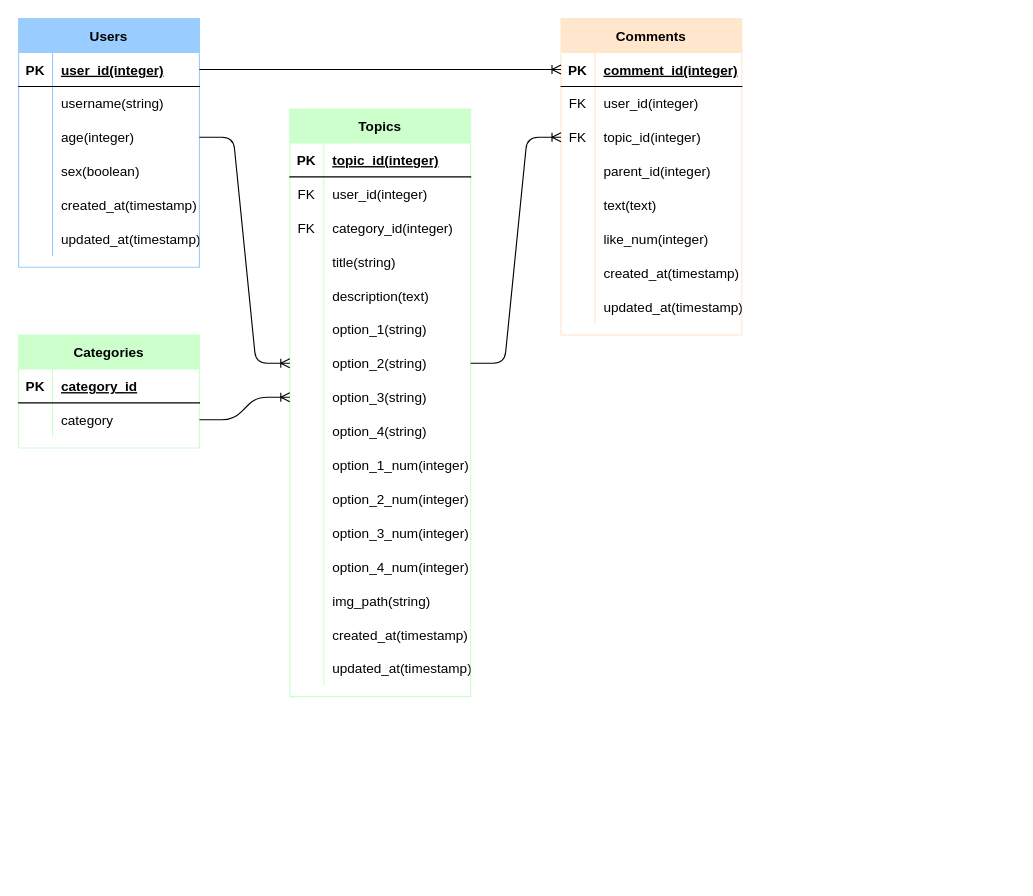
KamiHitoe/democratic-voting keeps this draw.io diagram as design/backend/ERD.drawio. Above is the earlier version. Source tidied: cells renumbered, new cells numbered last; positions are measured from the earlier drawing's top-left corner, leaving out a move shared by most shapes. Both pictures are drawn from the tidied source at 113%, with x=0, y=0 at pixel (18, 18).
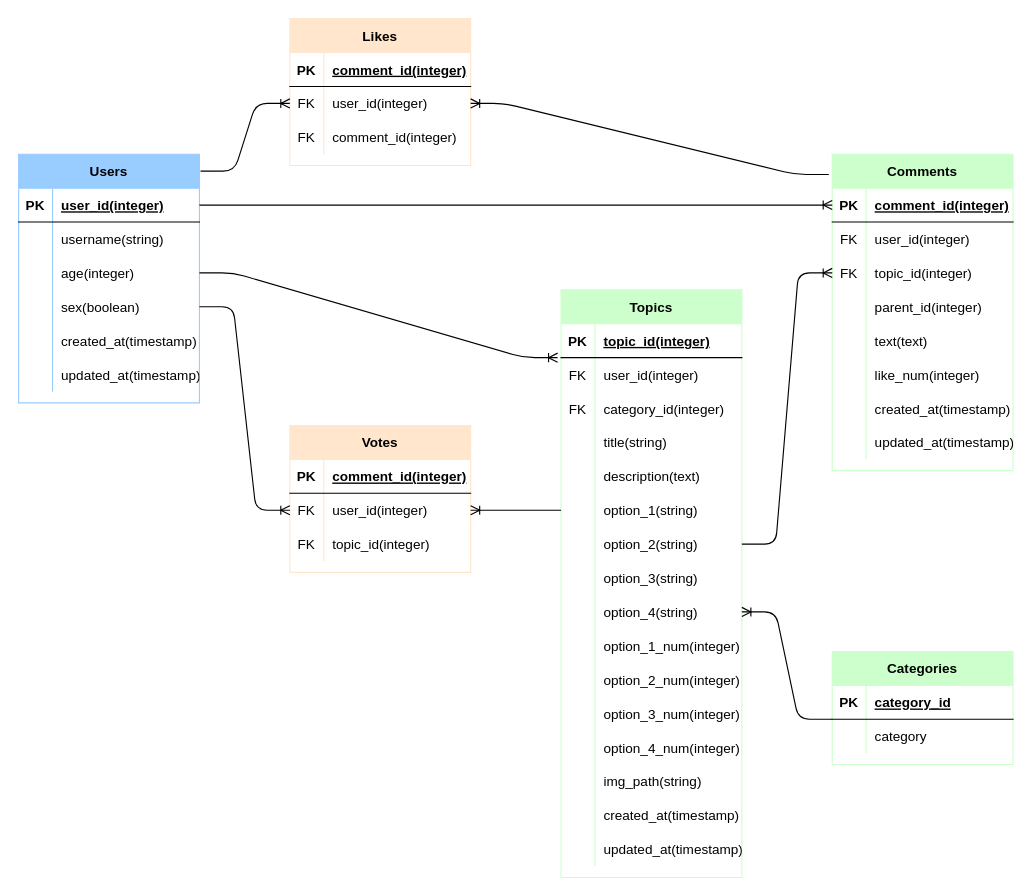
The same diagram, later.

Commit message (it also covers changes not shown here):
close #22 add increment option_num into Topic

Unchanged cells that the change refers to:
```xml
<mxCell id="9" style="shape=partialRectangle;fillColor=none;top=0;left=0;bottom=0;right=0;points=[[0,0.5],[1,0.5]];portConstraint=eastwest;" parent="2" vertex="1">
  <mxGeometry y="90" width="160" height="30" as="geometry" />
</mxCell>
<mxCell id="12" style="shape=partialRectangle;fillColor=none;top=0;left=0;bottom=0;right=0;points=[[0,0.5],[1,0.5]];portConstraint=eastwest;" parent="2" vertex="1">
  <mxGeometry y="120" width="160" height="30" as="geometry" />
</mxCell>
<mxCell id="25" style="shape=partialRectangle;fillColor=none;top=0;left=0;bottom=0;right=0;points=[[0,0.5],[1,0.5]];portConstraint=eastwest;" parent="21" vertex="1">
  <mxGeometry y="60" width="160" height="30" as="geometry" />
</mxCell>
<mxCell id="37" style="shape=partialRectangle;fillColor=none;top=0;left=0;bottom=0;right=0;points=[[0,0.5],[1,0.5]];portConstraint=eastwest;" parent="21" vertex="1">
  <mxGeometry y="180" width="160" height="30" as="geometry" />
</mxCell>
<mxCell id="40" style="shape=partialRectangle;fillColor=none;top=0;left=0;bottom=0;right=0;points=[[0,0.5],[1,0.5]];portConstraint=eastwest;" parent="21" vertex="1">
  <mxGeometry y="210" width="160" height="30" as="geometry" />
</mxCell>
<mxCell id="43" style="shape=partialRectangle;fillColor=none;top=0;left=0;bottom=0;right=0;points=[[0,0.5],[1,0.5]];portConstraint=eastwest;" parent="21" vertex="1">
  <mxGeometry y="240" width="160" height="30" as="geometry" />
</mxCell>
<mxCell id="46" style="shape=partialRectangle;fillColor=none;top=0;left=0;bottom=0;right=0;points=[[0,0.5],[1,0.5]];portConstraint=eastwest;" parent="21" vertex="1">
  <mxGeometry y="270" width="160" height="30" as="geometry" />
</mxCell>
<mxCell id="99" style="shape=partialRectangle;fillColor=none;top=0;left=0;bottom=0;right=0;points=[[0,0.5],[1,0.5]];portConstraint=eastwest;" parent="95" vertex="1">
  <mxGeometry y="60" width="160" height="30" as="geometry" />
</mxCell>
```

What changed in the source:
```diff
@@
     <mxCell id="2" value="Users" style="shape=table;startSize=30;childLayout=tableLayout;rowLines=0;fontStyle=1;align=center;strokeColor=#99CCFF;fillColor=#99CCFF;fontColor=#000000;" parent="1" vertex="1">
-      <mxGeometry width="160" height="220" as="geometry" />
+      <mxGeometry y="120" width="160" height="220" as="geometry" />
     </mxCell>
@@
     <mxCell id="21" value="Topics" style="shape=table;startSize=30;childLayout=tableLayout;rowLines=0;fontStyle=1;align=center;fontColor=#000000;fillColor=#CCFFCC;strokeColor=#CCFFCC;" parent="1" vertex="1">
-      <mxGeometry x="240" y="80" width="160" height="520" as="geometry" />
+      <mxGeometry x="480" y="240" width="160" height="520" as="geometry" />
     </mxCell>
@@
-    <mxCell id="70" value="Comments" style="shape=table;startSize=30;childLayout=tableLayout;rowLines=0;fontStyle=1;align=center;strokeColor=#FFE6CC;fillColor=#FFE6CC;fontColor=#000000;" parent="1" vertex="1">
-      <mxGeometry x="480" width="160" height="280" as="geometry" />
+    <mxCell id="70" value="Comments" style="shape=table;startSize=30;childLayout=tableLayout;rowLines=0;fontStyle=1;align=center;strokeColor=#CCFFCC;fillColor=#CCFFCC;fontColor=#000000;" parent="1" vertex="1">
+      <mxGeometry x="720" y="120" width="160" height="280" as="geometry" />
     </mxCell>
@@
     <mxCell id="95" value="Categories" style="shape=table;startSize=30;childLayout=tableLayout;rowLines=0;fontStyle=1;align=center;strokeColor=#CCFFCC;fillColor=#CCFFCC;fontColor=#000000;" parent="1" vertex="1">
-      <mxGeometry y="280" width="160" height="100" as="geometry" />
+      <mxGeometry x="720" y="560" width="160" height="100" as="geometry" />
     </mxCell>
@@
-    <mxCell id="102" style="edgeStyle=entityRelationEdgeStyle;fontSize=12;html=1;endArrow=ERoneToMany;exitX=1;exitY=0.5;exitDx=0;exitDy=0;entryX=0;entryY=0.5;entryDx=0;entryDy=0;" parent="1" edge="1" source="9" target="40">
+    <mxCell id="102" style="edgeStyle=entityRelationEdgeStyle;fontSize=12;html=1;endArrow=ERoneToMany;exitX=1;exitY=0.5;exitDx=0;exitDy=0;entryX=-0.019;entryY=0;entryDx=0;entryDy=0;entryPerimeter=0;" parent="1" edge="1" source="9" target="25">
       <mxGeometry relative="1" as="geometry" />
     </mxCell>
-    <mxCell id="103" style="edgeStyle=entityRelationEdgeStyle;fontSize=12;html=1;endArrow=ERoneToMany;exitX=1;exitY=0.5;exitDx=0;exitDy=0;entryX=0;entryY=0.5;entryDx=0;entryDy=0;" parent="1" edge="1" source="99" target="43">
+    <mxCell id="103" style="edgeStyle=entityRelationEdgeStyle;fontSize=12;html=1;endArrow=ERoneToMany;exitX=0;exitY=0;exitDx=0;exitDy=0;entryX=1;entryY=0.5;entryDx=0;entryDy=0;exitPerimeter=0;" parent="1" edge="1" source="99" target="46">
       <mxGeometry relative="1" as="geometry" />
     </mxCell>
@@
+    <mxCell id="106" value="Likes" style="shape=table;startSize=30;childLayout=tableLayout;rowLines=0;fontStyle=1;align=center;strokeColor=#FFE6CC;fillColor=#FFE6CC;fontColor=#000000;" parent="1" vertex="1">
+      <mxGeometry x="240" width="160" height="130" as="geometry" />
+    </mxCell>
+    <mxCell id="107" style="shape=partialRectangle;fillColor=none;top=0;left=0;bottom=1;right=0;" parent="106" vertex="1">
+      <mxGeometry y="30" width="160" height="30" as="geometry" />
+    </mxCell>
+    <mxCell id="108" value="PK" style="shape=partialRectangle;fillColor=none;top=0;left=0;bottom=0;right=0;fontStyle=1;overflow=hidden;" parent="107" vertex="1">
+      <mxGeometry width="30" height="30" as="geometry" />
+    </mxCell>
+    <mxCell id="109" value="comment_id(integer)" style="shape=partialRectangle;fillColor=none;top=0;left=0;bottom=0;right=0;align=left;spacingLeft=6;fontStyle=5;overflow=hidden;" parent="107" vertex="1">
+      <mxGeometry x="30" width="130" height="30" as="geometry" />
+    </mxCell>
+    <mxCell id="110" style="shape=partialRectangle;fillColor=none;top=0;left=0;bottom=0;right=0;points=[[0,0.5],[1,0.5]];portConstraint=eastwest;" parent="106" vertex="1">
+      <mxGeometry y="60" width="160" height="30" as="geometry" />
+    </mxCell>
+    <mxCell id="111" value="FK" style="shape=partialRectangle;fillColor=none;top=0;left=0;bottom=0;right=0;overflow=hidden;" parent="110" vertex="1">
+      <mxGeometry width="30" height="30" as="geometry" />
+    </mxCell>
+    <mxCell id="112" value="user_id(integer)" style="shape=partialRectangle;fillColor=none;top=0;left=0;bottom=0;right=0;align=left;spacingLeft=6;overflow=hidden;" parent="110" vertex="1">
+      <mxGeometry x="30" width="130" height="30" as="geometry" />
+    </mxCell>
+    <mxCell id="113" style="shape=partialRectangle;fillColor=none;top=0;left=0;bottom=0;right=0;" parent="106" vertex="1">
+      <mxGeometry y="90" width="160" height="30" as="geometry" />
+    </mxCell>
+    <mxCell id="114" value="FK" style="shape=partialRectangle;fillColor=none;top=0;left=0;bottom=0;right=0;overflow=hidden;" parent="113" vertex="1">
+      <mxGeometry width="30" height="30" as="geometry" />
+    </mxCell>
+    <mxCell id="115" value="comment_id(integer)" style="shape=partialRectangle;fillColor=none;top=0;left=0;bottom=0;right=0;align=left;spacingLeft=6;overflow=hidden;" parent="113" vertex="1">
+      <mxGeometry x="30" width="130" height="30" as="geometry" />
+    </mxCell>
+    <mxCell id="116" value="Votes" style="shape=table;startSize=30;childLayout=tableLayout;rowLines=0;fontStyle=1;align=center;strokeColor=#FFE6CC;fillColor=#FFE6CC;fontColor=#000000;" parent="1" vertex="1">
+      <mxGeometry x="240" y="360" width="160" height="130" as="geometry" />
+    </mxCell>
+    <mxCell id="117" style="shape=partialRectangle;fillColor=none;top=0;left=0;bottom=1;right=0;" parent="116" vertex="1">
+      <mxGeometry y="30" width="160" height="30" as="geometry" />
+    </mxCell>
+    <mxCell id="118" value="PK" style="shape=partialRectangle;fillColor=none;top=0;left=0;bottom=0;right=0;fontStyle=1;overflow=hidden;" parent="117" vertex="1">
+      <mxGeometry width="30" height="30" as="geometry" />
+    </mxCell>
+    <mxCell id="119" value="comment_id(integer)" style="shape=partialRectangle;fillColor=none;top=0;left=0;bottom=0;right=0;align=left;spacingLeft=6;fontStyle=5;overflow=hidden;" parent="117" vertex="1">
+      <mxGeometry x="30" width="130" height="30" as="geometry" />
+    </mxCell>
+    <mxCell id="120" style="shape=partialRectangle;fillColor=none;top=0;left=0;bottom=0;right=0;points=[[0,0.5],[1,0.5]];portConstraint=eastwest;" parent="116" vertex="1">
+      <mxGeometry y="60" width="160" height="30" as="geometry" />
+    </mxCell>
+    <mxCell id="121" value="FK" style="shape=partialRectangle;fillColor=none;top=0;left=0;bottom=0;right=0;overflow=hidden;" parent="120" vertex="1">
+      <mxGeometry width="30" height="30" as="geometry" />
+    </mxCell>
+    <mxCell id="122" value="user_id(integer)" style="shape=partialRectangle;fillColor=none;top=0;left=0;bottom=0;right=0;align=left;spacingLeft=6;overflow=hidden;" parent="120" vertex="1">
+      <mxGeometry x="30" width="130" height="30" as="geometry" />
+    </mxCell>
+    <mxCell id="123" style="shape=partialRectangle;fillColor=none;top=0;left=0;bottom=0;right=0;" parent="116" vertex="1">
+      <mxGeometry y="90" width="160" height="30" as="geometry" />
+    </mxCell>
+    <mxCell id="124" value="FK" style="shape=partialRectangle;fillColor=none;top=0;left=0;bottom=0;right=0;overflow=hidden;" parent="123" vertex="1">
+      <mxGeometry width="30" height="30" as="geometry" />
+    </mxCell>
+    <mxCell id="125" value="topic_id(integer)" style="shape=partialRectangle;fillColor=none;top=0;left=0;bottom=0;right=0;align=left;spacingLeft=6;overflow=hidden;" parent="123" vertex="1">
+      <mxGeometry x="30" width="130" height="30" as="geometry" />
+    </mxCell>
+    <mxCell id="126" style="edgeStyle=entityRelationEdgeStyle;fontSize=12;html=1;endArrow=ERoneToMany;exitX=1.006;exitY=0.068;exitDx=0;exitDy=0;entryX=0;entryY=0.5;entryDx=0;entryDy=0;exitPerimeter=0;" parent="1" edge="1" source="2" target="110">
+      <mxGeometry relative="1" as="geometry" />
+    </mxCell>
+    <mxCell id="127" style="edgeStyle=entityRelationEdgeStyle;fontSize=12;html=1;endArrow=ERoneToMany;exitX=-0.019;exitY=0.064;exitDx=0;exitDy=0;entryX=1;entryY=0.5;entryDx=0;entryDy=0;exitPerimeter=0;" parent="1" edge="1" source="70" target="110">
+      <mxGeometry relative="1" as="geometry" />
+    </mxCell>
+    <mxCell id="128" style="edgeStyle=entityRelationEdgeStyle;fontSize=12;html=1;endArrow=ERoneToMany;exitX=1;exitY=0.5;exitDx=0;exitDy=0;entryX=0;entryY=0.5;entryDx=0;entryDy=0;" parent="1" edge="1" source="12" target="120">
+      <mxGeometry relative="1" as="geometry" />
+    </mxCell>
+    <mxCell id="129" style="edgeStyle=entityRelationEdgeStyle;fontSize=12;html=1;endArrow=ERoneToMany;exitX=0;exitY=0.5;exitDx=0;exitDy=0;entryX=1;entryY=0.5;entryDx=0;entryDy=0;" parent="1" edge="1" source="37" target="120">
+      <mxGeometry relative="1" as="geometry" />
+    </mxCell>
```
